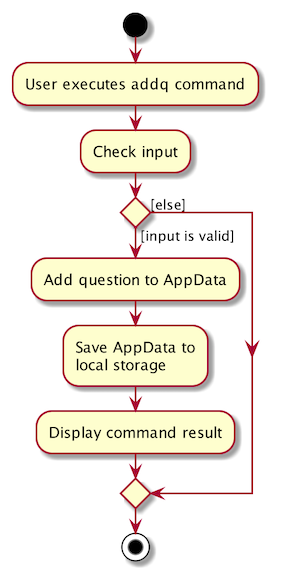
The PlantUML diagram docs/images/AddQuestionActivityDiagram.png in nus-cs2103-AY1920S1/addressbook-level3, before a commit. Its source is kept beside it as docs/diagrams/AddQuestionActivityDiagram.puml. The source it was exported from:
```plantuml
@startuml
start
:User executes addq command;
:Check input;

if () then ([input is valid])
    :Add question to AppData;
    :Save AppData to
    local storage;
    :Display command result;
else ([else])
endif
stop
@enduml
```
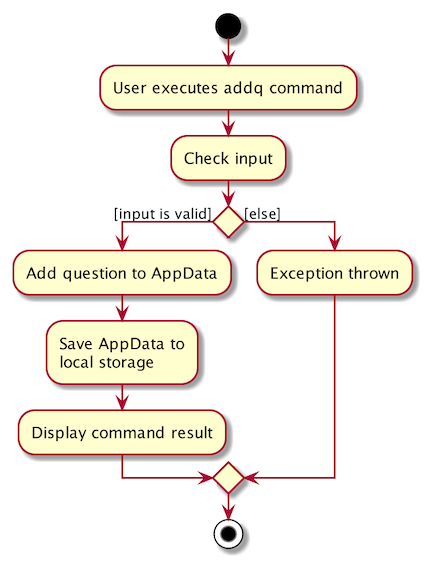
The same diagram one commit later.

Commit message:
Update activity diagram and model description

Diff of the diagram source:
```diff
@@ -9,6 +9,7 @@
     local storage;
     :Display command result;
 else ([else])
+    :Exception thrown;
 endif
 stop
 @enduml
```
